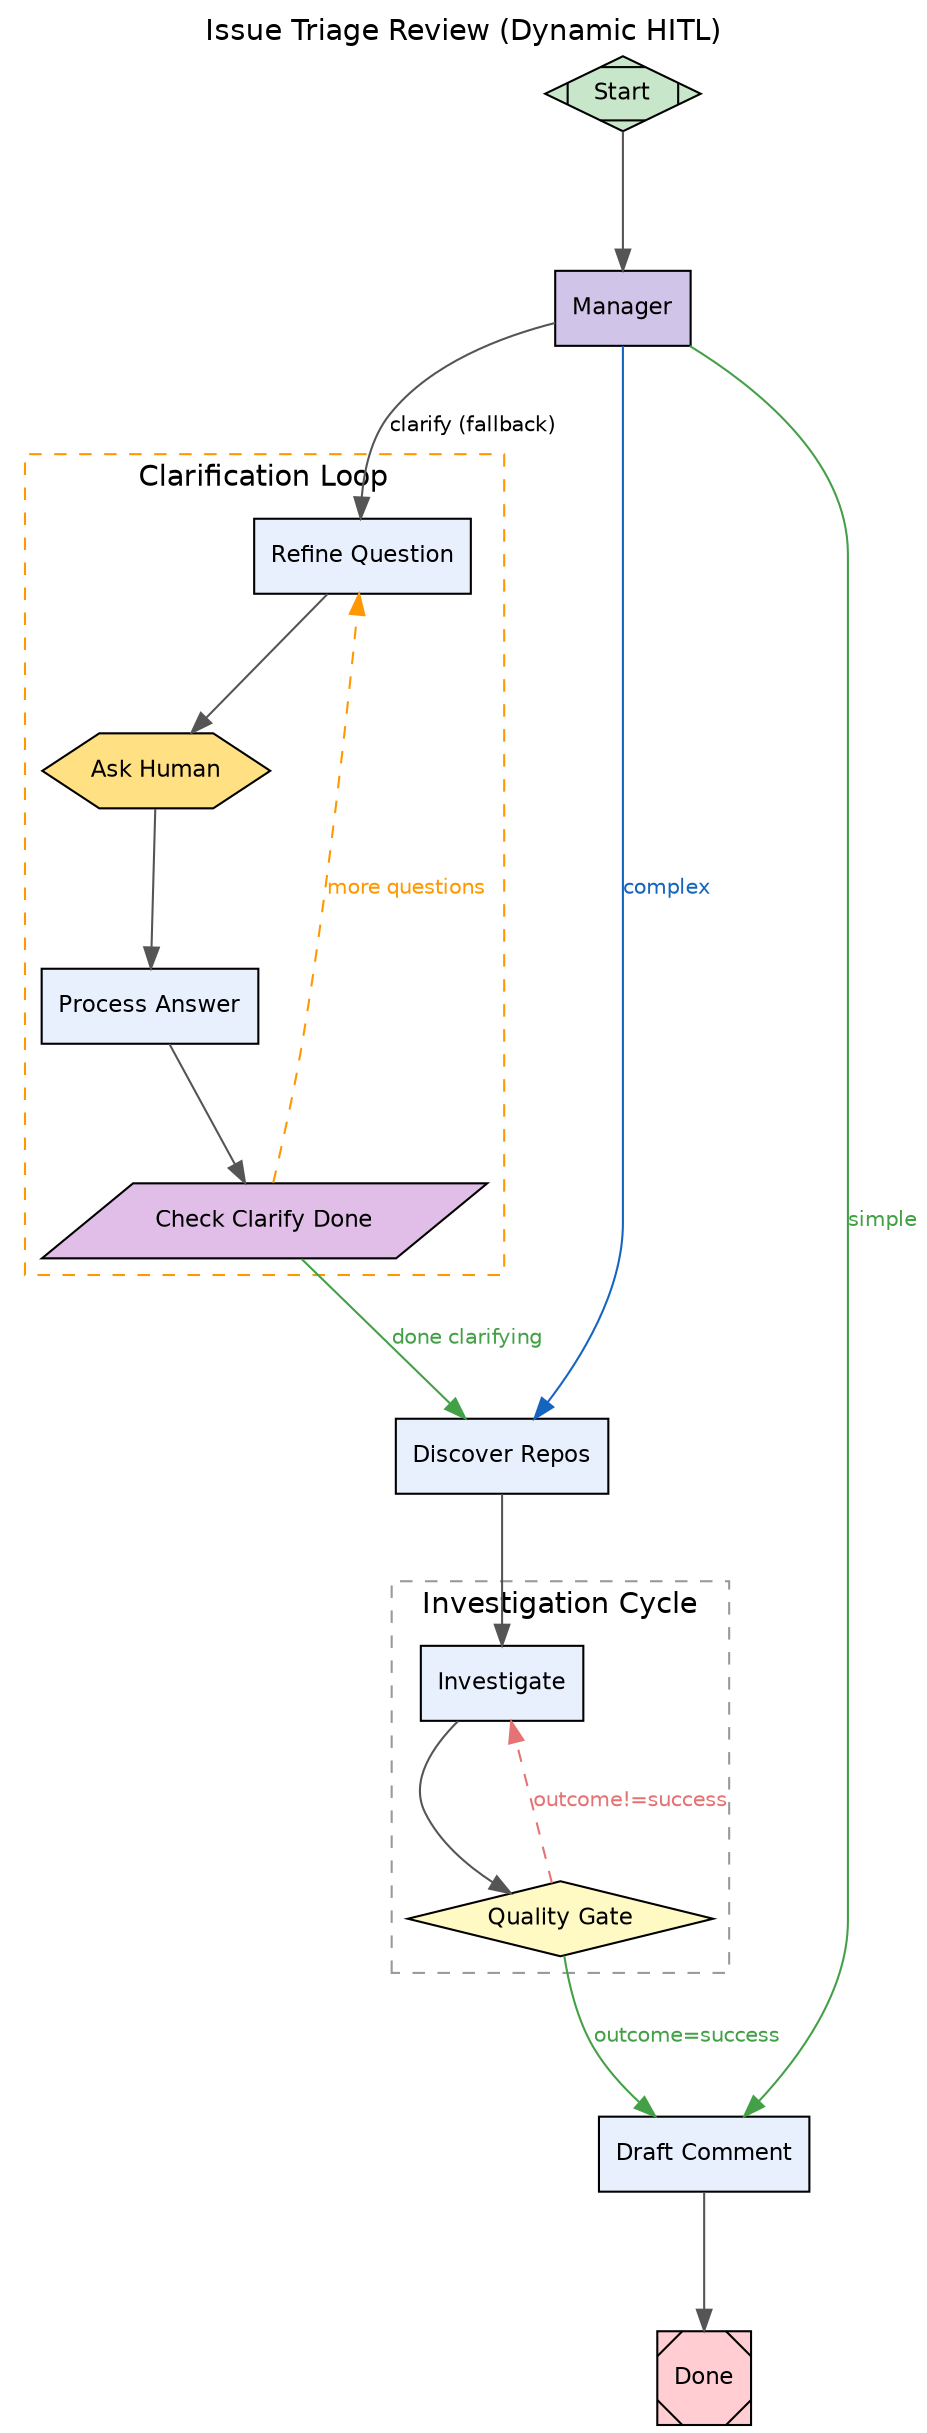
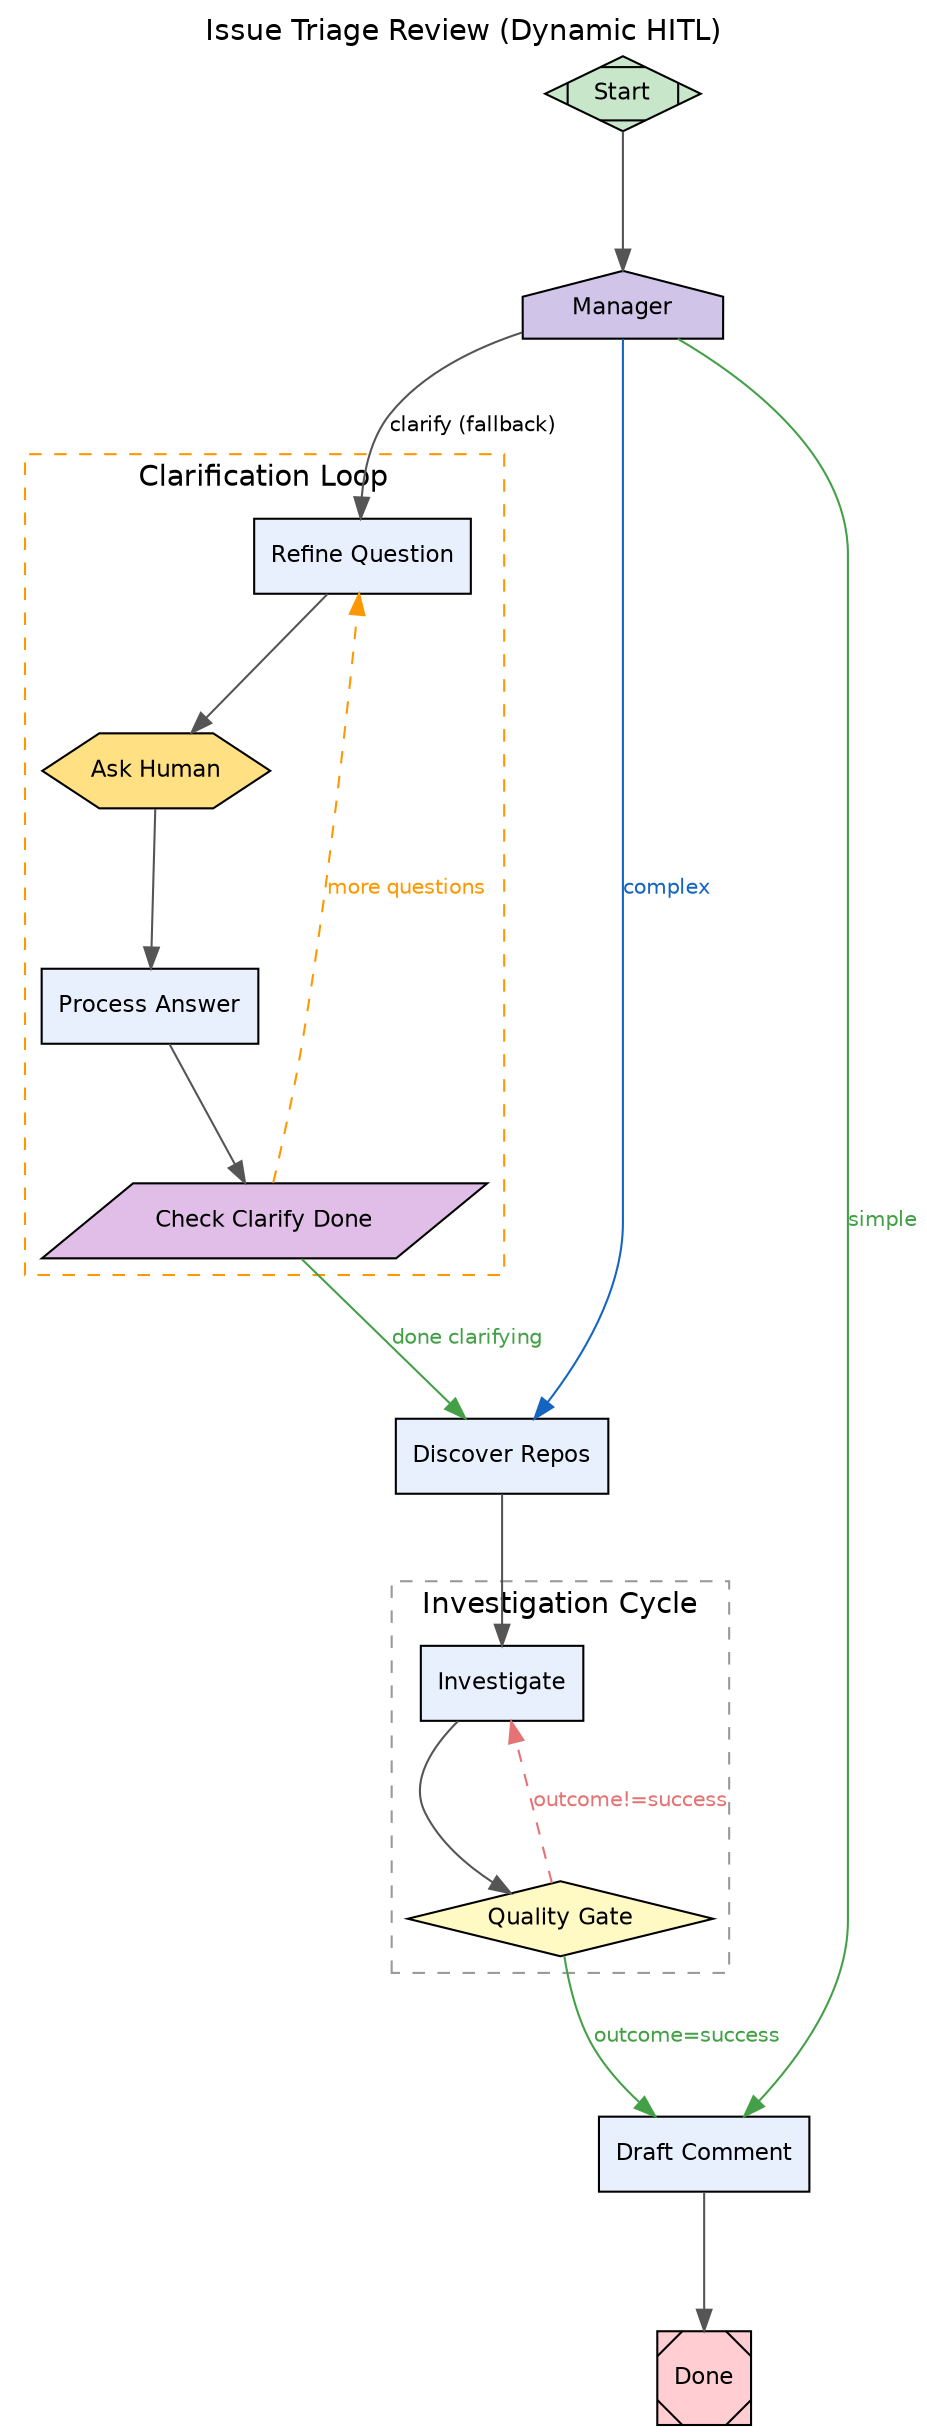
// triage-dynamic.dot
//
// Pipeline: Dynamic HITL Issue Triage — Multi-Turn Clarification Pattern
//
// Flow:
//   1. Manager reads the issue and decides: simple, needs_clarification, or complex?
//   2. Simple:              manager drafts quick summary → comment_draft (skip investigation)
//   3. Needs clarification: manager → refine_question → ask_human → process_answer →
//                           check_clarify_done loop until READY_TO_INVESTIGATE sentinel
//   4. Default (fallback):  manager → refine_question (clarify is the safe default for vague issues)
//   5. comment_draft always runs last — writes bridge.* output for GitHub
//
// Key differences from triage-review-resolve-hitl.dot:
//   - Clarification is a LOOP (refine_question → ask_human → process_answer →
//     check_clarify_done), not a single HITL pause
//   - refine_question writes structured questions to docs/triage/clarify.md
//   - ask_human attaches that file inline so the human sees structured questions
//   - process_answer reads ${human.gate.text} and integrates the reply
//   - check_clarify_done uses a tool_command to grep for READY_TO_INVESTIGATE sentinel
//   - discover_repos is an explicit node that reads $goal and runs git clone
//   - manager routes to refine_question as the unconditional fallback (clarify is the safe default)
//
// Adapted for Resolve-hosted execution:
//   - Repos are in workspace via Gitea mirrors (no checkout tools)
//   - Bridge handles all GitHub I/O (no direct GitHub tool calls)
//   - comment_draft writes bridge.* context_updates instead of calling tools
//   - Context ($goal) comes from bridge translator, not raw GitHub API

digraph triage_dynamic {

    // — Graph-level attributes ——————————————————————————————————————————

    label             = "Issue Triage Review (Dynamic HITL)"
    description       = "Investigate and analyze an issue -- identify root cause, check sibling modules, and post findings with optional multi-turn clarification"
    labelloc          = t
    rankdir           = TB
    compound          = true
    fontname          = "Helvetica"
    nodesep           = 0.6
    ranksep           = 0.9

    // Attractor pipeline configuration
    goal              = "$goal"
    default_fidelity  = "compact"
    default_thread_id = "triage-dynamic-thread"

    // — Model stylesheet ————————————————————————————————————————————————
    // Covers all decision-bearing and new nodes:
    //   quality_eval  — adversarial gate, needs reasoning + high effort
    //   manager       — complexity triage, needs reasoning
    //   investigate   — code investigation, general model
    //   refine_question — question refinement, general model
    //   process_answer  — answer integration, general model
    //   discover_repos  — repo discovery, general model
    model_stylesheet  = "quality_eval: model_role=reasoning reasoning_effort=high; manager: model_role=reasoning; investigate: model_role=general; refine_question: model_role=general; process_answer: model_role=general; discover_repos: model_role=general"

    // — Default node and edge styles ————————————————————————————————————
    node [fontname="Helvetica", fontsize=11, style="filled"]
    edge [fontname="Helvetica", fontsize=10, color="#555555"]

    // ═══════════════════════════════════════════════════════════════════
    // PIPELINE NODES
    // ═══════════════════════════════════════════════════════════════════

    // Entry point
    start [
        label     = "Start",
        shape     = Mdiamond,
        fillcolor = "#C8E6C9"
    ]

    // Manager — reads the issue, decides complexity, routes accordingly.
    // SIMPLE:              manager writes triage_summary and skips to comment_draft.
    // COMPLEX:             routes to discover_repos for deep investigation.
    // FALLBACK (default):  routes to refine_question — asking for clarification is the safe default.
    manager [
        label      = "Manager",
-         shape      = box,
+         shape      = house,
        fillcolor  = "#D1C4E9",
        max_cycles = 3,
        prompt     = "You are a triage manager. Read the issue described in $goal.\n\nYour job is to assess complexity and route to one of THREE outcomes:\n\n1. READ the issue carefully.\n2. DECIDE: Is this simple, does it need clarification, or does it need deep investigation?\n\nCriteria for SIMPLE:\n  - The issue is a known pattern (missing docs, config error, clear user error)\n  - The root cause is obvious from the description\n  - No code verification is needed\n\nCriteria for NEEDS_CLARIFICATION:\n  - The issue is ambiguous or underspecified\n  - Key context is missing (version, repro steps, expected vs actual behavior)\n  - You have a specific question for the reporter that would determine the investigation path\n\nCriteria for COMPLEX (default fallback):\n  - The issue involves code behavior that needs verification\n  - Root cause is unclear or disputed\n  - Multiple modules or layers could be involved\n  - The reporter's framing needs independent verification against code\n\nOutput ONLY one of:\n\nIf SIMPLE:\n{\"status\": \"success\", \"context_updates\": {\"context.complexity\": \"simple\", \"triage_summary\": \"YOUR QUICK TRIAGE ANALYSIS HERE — include root cause assessment, recommendation, and confidence level\"}}\n\nIf NEEDS_CLARIFICATION:\n{\"status\": \"success\", \"context_updates\": {\"context.complexity\": \"needs_clarification\", \"clarify_prompt\": \"YOUR SPECIFIC QUESTION TO THE REPORTER HERE — be precise and ask only what you need to proceed\"}}\n\nIf COMPLEX:\n{\"status\": \"success\", \"context_updates\": {\"context.complexity\": \"complex\"}}"
    ]

    // ── Clarification loop subgraph ───────────────────────────────────
    subgraph cluster_clarify_loop {
        label = "Clarification Loop"
        style = dashed
        color = "#FF9800"

        // Refine Question — reads the issue context plus any prior answers and
        // writes a structured list of questions to docs/triage/clarify.md.
        // Loops up to 5 times (one round of questions per cycle).
        refine_question [
            label      = "Refine Question",
            shape      = box,
            fillcolor  = "#E8F0FE",
            max_cycles = 5,
            prompt     = "You are a clarification specialist. Read the issue in $goal and any prior answers in $clarify_answers.\n\nYour job is to write clear, structured questions that will help determine the investigation path.\n\nWrite your questions to docs/triage/clarify.md in this format:\n\n## Clarification Questions\n\n1. [Your first question — be specific]\n2. [Your second question — if needed]\n\nIf you have gathered enough information to proceed, write:\n\n## READY_TO_INVESTIGATE\n\nThe clarification is complete. Proceeding to investigation.\n\nOutput:\n{\"status\": \"success\", \"context_updates\": {\"clarify_questions\": \"YOUR QUESTIONS SUMMARY\"}}"
        ]

        // Ask Human — HITL pause point.
        // shape=hexagon marks this as a human-in-the-loop pause point.
        // mode=freeform means the attractor engine presents the description to
        // the human and waits for a free-text reply.
        // attachments_inline includes the structured questions file so the human
        // sees exactly what is being asked.
        ask_human [
            label              = "Ask Human",
            shape              = hexagon,
            fillcolor          = "#FFE082",
            mode               = "freeform",
            attachments_inline = "docs/triage/clarify.md",
            description        = "The triage manager needs more information before it can investigate this issue.\n\nPlease review the attached questions and provide your answers.\n\nReply with `/resolve <your answer>`."
        ]

        // Process Answer — reads the human's reply from ${human.gate.text}
        // and integrates it with existing context.
        process_answer [
            label     = "Process Answer",
            shape     = box,
            fillcolor = "#E8F0FE",
            prompt    = "You are processing the human's reply to clarification questions.\n\nHuman's reply:\n${human.gate.text}\n\nPrevious questions:\n$clarify_questions\n\nIntegrate the answer into the investigation context. Determine if we have enough information to proceed or if more questions are needed.\n\nOutput:\n{\"status\": \"success\", \"context_updates\": {\"clarify_answers\": \"INTEGRATED ANSWERS SO FAR\", \"clarify_status\": \"If all key questions are answered write READY_TO_INVESTIGATE, otherwise describe what is still missing\"}}"
        ]

        // Check Clarify Done — uses a tool_command to grep docs/triage/clarify.md
        // for the READY_TO_INVESTIGATE sentinel to decide whether to loop or proceed.
        check_clarify_done [
            label        = "Check Clarify Done",
            shape        = parallelogram,
            fillcolor    = "#E1BEE7",
            tool_command = "#!/bin/sh\nif grep -q READY_TO_INVESTIGATE docs/triage/clarify.md 2>/dev/null; then\n  printf 'done'\nelse\n  printf 'more_questions'\nfi"
        ]
    }

    // Discover Repos — reads $goal to identify relevant repositories
    // and runs git clone to ensure they are available in the workspace.
    discover_repos [
        label     = "Discover Repos",
        shape     = box,
        fillcolor = "#E8F0FE",
        prompt    = "You are preparing the workspace for investigation.\n\nRead the issue in $goal and identify which repositories are relevant.\n\nThe repositories may already be available in the workspace via Gitea mirrors. Check what is available and clone any that are missing.\n\nOutput:\n{\"status\": \"success\", \"context_updates\": {\"repos_available\": \"LIST OF REPOS NOW IN WORKSPACE\"}}"
    ]

    // Investigation cycle subgraph
    subgraph cluster_investigation_cycle {
        label = "Investigation Cycle"
        style = dashed
        color = "#999999"

        // Investigator — independent root-cause analysis against actual code.
        // Repos are already in workspace via Gitea mirrors — no checkout tools needed.
        // $clarify_answers is injected if the clarification loop was taken (may be empty).
        investigate [
            label     = "Investigate",
            shape     = box,
            fillcolor = "#E8F0FE",
            timeout   = "5m",
            prompt    = "You are investigating the issue described in $goal.\n\nThe relevant repositories are already cloned in your workspace via Gitea mirrors — no checkout tools are available or needed.\n\nAdditional context from clarification (if provided): $clarify_answers\nRepos available: $repos_available\n\nSTEP 1 — Investigate:\n  - Read the issue. Verify every claim against actual code. Do NOT trust the reporter's framing.\n  - Perform independent verification of the root cause from source code.\n  - Check sibling modules for the same gap.\n  - If $clarify_answers is non-empty, incorporate the reporter's answers into your analysis.\n\nSTEP 2 — Output:\nYour entire response must be ONLY this JSON:\n{\"status\": \"success\", \"context_updates\": {\"triage_summary\": \"YOUR COMPLETE FINDINGS HERE\"}}\n\nThe triage_summary must contain: Root cause file:line, Ecosystem layer, Sibling modules checked, Recommended fix, Fix layer."
        ]

        // Adversarial quality gate — evaluates investigate findings.
        quality_eval [
            label            = "Quality Gate",
            shape            = diamond,
            fillcolor        = "#FFF9C4",
            goal_gate        = true,
            timeout          = "2m",
            reasoning_effort = high,
            prompt           = "You are an adversarial quality gate. Evaluate the investigation findings.\n\nINVESTIGATION SUMMARY:\n$triage_summary\n\nEvaluate against these criteria:\n(1) INDEPENDENT VERIFICATION: Did the investigator verify from code independently, or just restate the issue? FAIL if no independent verification.\n(2) ECOSYSTEM-LAYER CORRECTNESS: Is the fix scoped to the correct layer? FAIL if wrong layer.\n(3) BLAST RADIUS: Were sibling modules checked? FAIL if not.\n(4) SPECIFICITY: Is root cause a specific file:line? Vague = FAIL.\n(5) RECOMMENDATION: One concrete recommendation. Menu of options = FAIL.\n\nOutput ONLY one of:\nOn FAIL: {\"status\": \"fail\", \"failure_reason\": \"Criterion N: reason\", \"context_updates\": {\"quality_feedback\": \"Fix these issues: ...\"}}\nOn SUCCESS: {\"status\": \"success\"}"
        ]
    }

    // Comment drafter — writes bridge.* output variables for the bridge to post.
    // Always runs as the final step before done, regardless of path taken.
    // Reads $triage_summary which is set by either manager (simple) or investigate (complex/HITL).
    comment_draft [
        label     = "Draft Comment",
        shape     = box,
        fillcolor = "#E8F0FE",
        prompt    = "The triage findings are in $triage_summary.\n\nWrite a triage analysis and output it as JSON with context_updates containing bridge output variables.\n\nStructure the comment as:\n- Lead with a 2-3 sentence plain-English summary of the root cause and recommended fix\n- If sibling modules were checked, show what was found\n- Give a single concrete recommendation, not options\n- Only report what was verified (from code if investigated, from issue context if triaged directly)\n\nYour entire response must be ONLY this JSON:\n{\"status\": \"success\", \"context_updates\": {\"bridge.comment\": \"YOUR TRIAGE COMMENT IN MARKDOWN\", \"bridge.status\": \"triaged\", \"bridge.summary\": \"ONE-LINE SUMMARY OF ROOT CAUSE AND FIX\", \"bridge.labels\": [\"bug\", \"triaged\"]}}\n\nDo NOT call any GitHub tools directly. The bridge reads these bridge.* variables and handles all GitHub I/O.\\n\\nCRITICAL: Your ENTIRE response must be ONLY the JSON object above. No preamble, no explanation, no markdown code fences, no text before or after. Just the raw JSON."
    ]

    // Pipeline exit
    done [
        label     = "Done",
        shape     = Msquare,
        fillcolor = "#FFCDD2"
    ]

    // ═══════════════════════════════════════════════════════════════════
    // EDGES
    // ═══════════════════════════════════════════════════════════════════

    start -> manager

    // SIMPLE: manager can triage directly — skip investigation.
    // Only fires when manager explicitly sets context.complexity=simple.
    manager -> comment_draft [
        label     = "simple",
        condition = "context.complexity=simple",
        color     = "#43A047",
        fontcolor = "#43A047"
    ]

    // COMPLEX: route to discover_repos for deep investigation.
    // Only fires when manager explicitly sets context.complexity=complex.
    manager -> discover_repos [
        label     = "complex",
        condition = "context.complexity=complex",
        color     = "#1565C0",
        fontcolor = "#1565C0"
    ]

    // FALLBACK: refine_question is the safe default for ambiguous issues.
    // Unconditional — catches explicit "needs_clarification" routing AND
    // cases where the LLM output wasn't parsed as structured JSON.
    // Asking for clarification is always safer than diving into code.
    manager -> refine_question [
        label = "clarify (fallback)"
    ]

    // ── Clarification loop edges ──────────────────────────────────────

    refine_question -> ask_human

    ask_human -> process_answer

    process_answer -> check_clarify_done

    // MORE QUESTIONS: loop back to refine_question for another round
    check_clarify_done -> refine_question [
        label     = "more questions",
        condition = "context.tool.output=more_questions",
        style     = dashed,
        color     = "#FF9800",
        fontcolor = "#FF9800"
    ]

    // DONE CLARIFYING: proceed to investigation
    check_clarify_done -> discover_repos [
        label     = "done clarifying",
        condition = "context.tool.output=done",
        color     = "#43A047",
        fontcolor = "#43A047"
    ]

    // ── Investigation edges ───────────────────────────────────────────

    discover_repos -> investigate

    investigate -> quality_eval [
        thread_id = "quality-thread",
        fidelity  = "compact"
    ]

    // SUCCESS: quality approved — move to comment drafting
    quality_eval -> comment_draft [
        label     = "outcome=success",
        condition = "outcome=success",
        color     = "#43A047",
        fontcolor = "#43A047"
    ]

    // FAIL: quality rejected — investigator retries with critique
    quality_eval -> investigate [
        label     = "outcome!=success",
        condition = "outcome!=success",
        style     = dashed,
        color     = "#E57373",
        fontcolor = "#E57373"
    ]

    comment_draft -> done

}